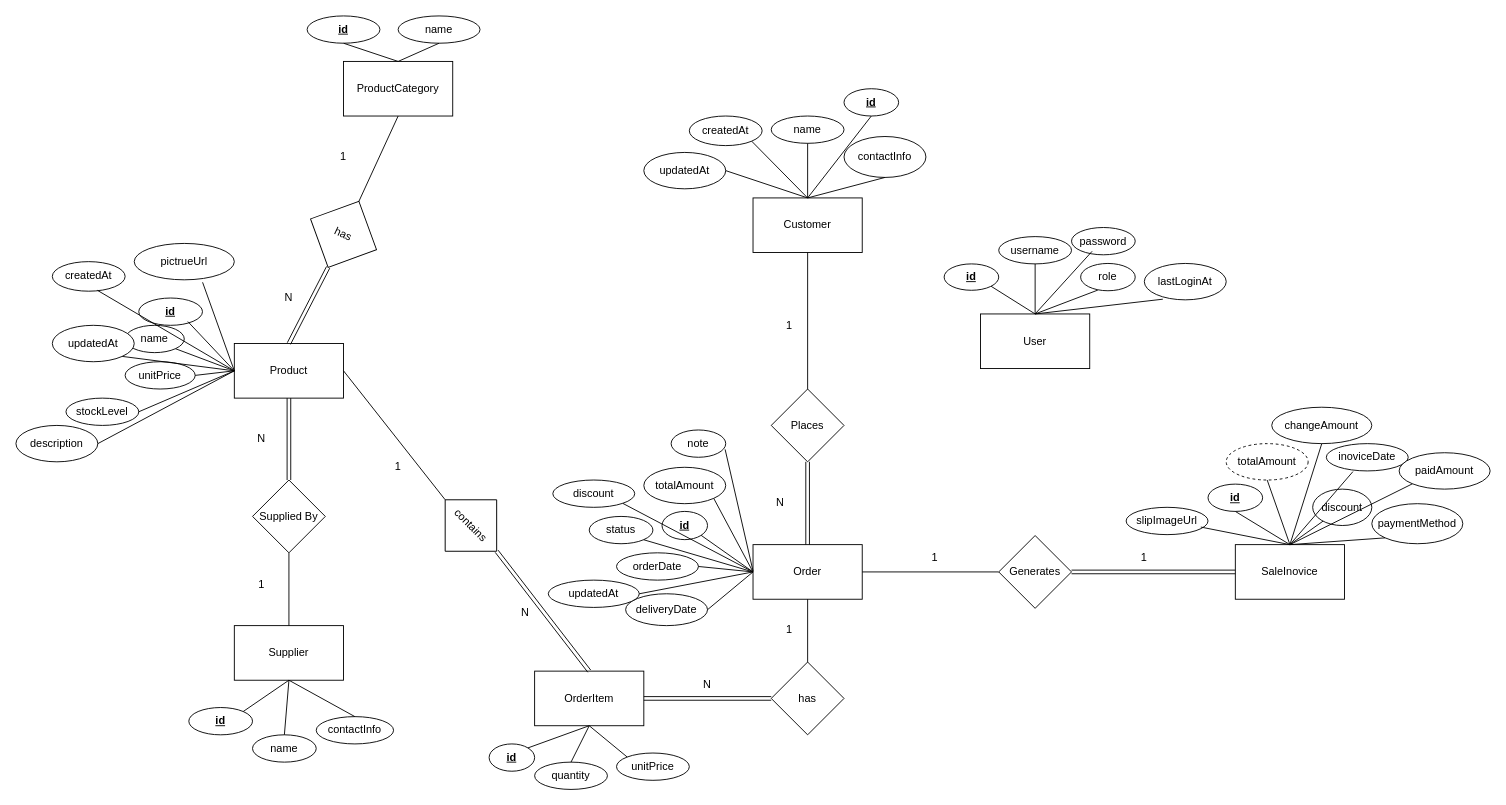
firstone6408/KKU-SoftwareDesign-Project-POS keeps this draw.io diagram as Er Diagram - POS.drawio. Above is the earlier version. Source tidied: cells renumbered, new cells numbered last; positions are measured from the earlier drawing's top-left corner, leaving out a move shared by most shapes. Both pictures are drawn from the tidied source at 91%, with x=0, y=0 at pixel (15, 15).
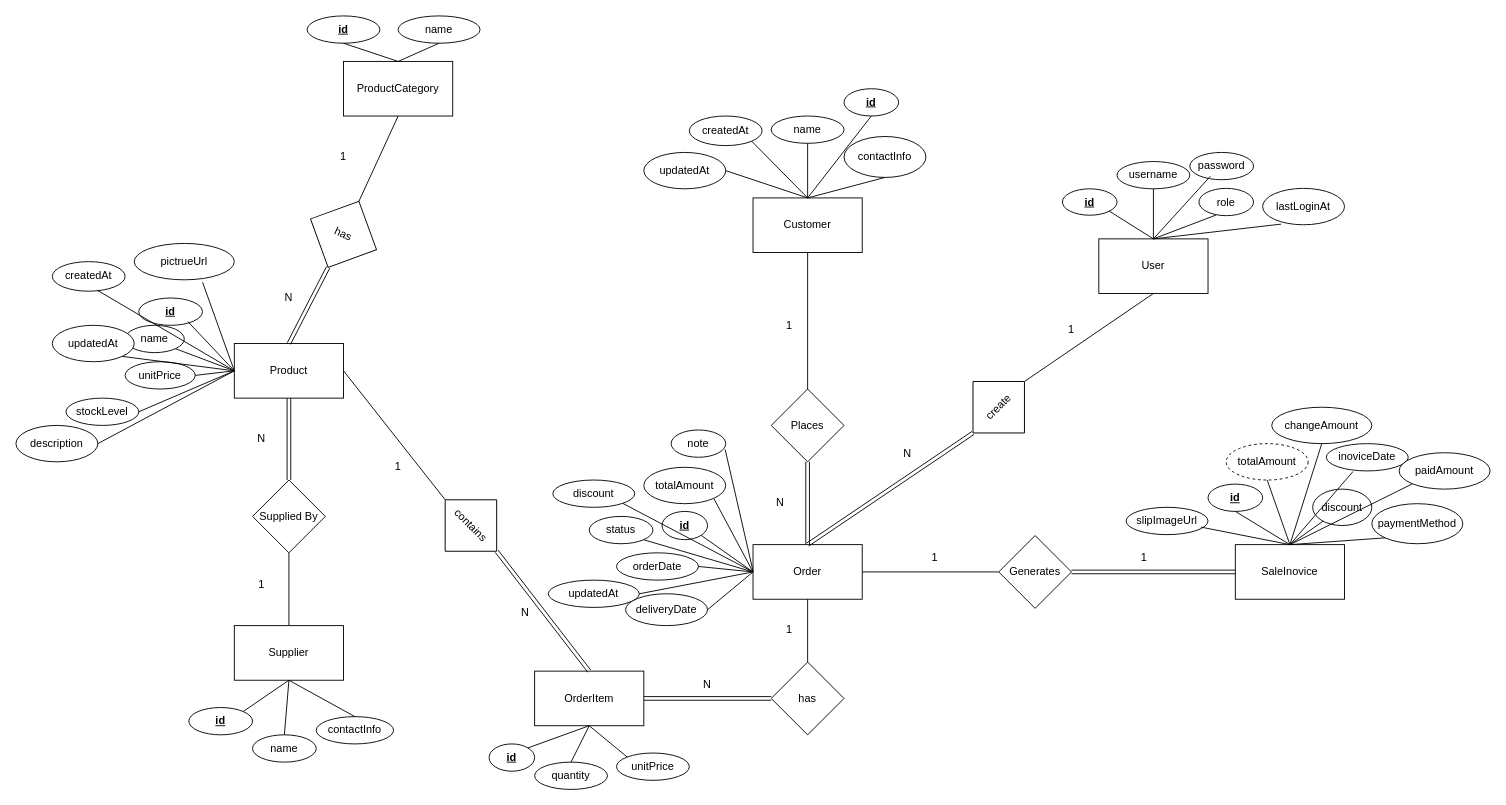
The same diagram, later.

The change refers to these unchanged cells:
```xml
<mxCell id="5" value="Order" style="rounded=0;whiteSpace=wrap;html=1;" parent="1" vertex="1">
  <mxGeometry x="810" y="581" width="120" height="60" as="geometry" />
</mxCell>
```

Change to the diagram source:
```diff
@@
     <mxCell id="113" value="User" style="rounded=0;whiteSpace=wrap;html=1;" parent="1" vertex="1">
-      <mxGeometry x="1060" y="327.5" width="120" height="60" as="geometry" />
+      <mxGeometry x="1190" y="245" width="120" height="60" as="geometry" />
     </mxCell>
     <mxCell id="114" value="&lt;b&gt;&lt;u&gt;id&lt;/u&gt;&lt;/b&gt;" style="ellipse;whiteSpace=wrap;html=1;" parent="1" vertex="1">
-      <mxGeometry x="1020" y="272.5" width="60" height="29" as="geometry" />
+      <mxGeometry x="1150" y="190" width="60" height="29" as="geometry" />
     </mxCell>
@@
     <mxCell id="116" value="username" style="ellipse;whiteSpace=wrap;html=1;" parent="1" vertex="1">
-      <mxGeometry x="1080" y="242.5" width="80" height="30" as="geometry" />
+      <mxGeometry x="1210" y="160" width="80" height="30" as="geometry" />
     </mxCell>
@@
     <mxCell id="118" value="password" style="ellipse;whiteSpace=wrap;html=1;" parent="1" vertex="1">
-      <mxGeometry x="1160" y="232.5" width="70" height="30" as="geometry" />
+      <mxGeometry x="1290" y="150" width="70" height="30" as="geometry" />
     </mxCell>
@@
     <mxCell id="120" value="role" style="ellipse;whiteSpace=wrap;html=1;" parent="1" vertex="1">
-      <mxGeometry x="1170" y="272" width="60" height="30" as="geometry" />
+      <mxGeometry x="1300" y="189.5" width="60" height="30" as="geometry" />
     </mxCell>
@@
     <mxCell id="123" value="lastLoginAt" style="ellipse;whiteSpace=wrap;html=1;" parent="1" vertex="1">
-      <mxGeometry x="1240" y="272" width="90" height="40" as="geometry" />
+      <mxGeometry x="1370" y="189.5" width="90" height="40" as="geometry" />
     </mxCell>
+    <mxCell id="124" value="create" style="rhombus;whiteSpace=wrap;html=1;rotation=-45;" parent="1" vertex="1">
+      <mxGeometry x="1040" y="390" width="80" height="80" as="geometry" />
+    </mxCell>
+    <mxCell id="125" style="endArrow=none;html=1;entryX=0.5;entryY=1;entryDx=0;entryDy=0;exitX=1;exitY=0.5;exitDx=0;exitDy=0;" parent="1" edge="1" source="124" target="113">
+      <mxGeometry relative="1" as="geometry" />
+    </mxCell>
+    <mxCell id="126" style="shape=link;html=1;exitX=0.5;exitY=0;exitDx=0;exitDy=0;entryX=0;entryY=0.5;entryDx=0;entryDy=0;" parent="1" edge="1" source="5" target="124">
+      <mxGeometry relative="1" as="geometry" />
+    </mxCell>
+    <mxCell id="127" value="1" style="text;html=1;align=center;verticalAlign=middle;whiteSpace=wrap;rounded=0;" parent="1" vertex="1">
+      <mxGeometry x="1130" y="330" width="60" height="30" as="geometry" />
+    </mxCell>
+    <mxCell id="128" value="N" style="text;html=1;align=center;verticalAlign=middle;whiteSpace=wrap;rounded=0;" parent="1" vertex="1">
+      <mxGeometry x="950" y="466" width="60" height="30" as="geometry" />
+    </mxCell>
```
